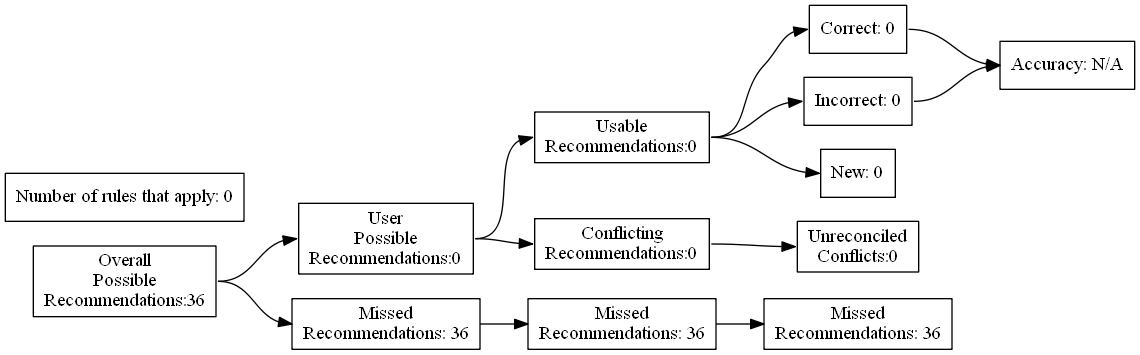
The Graphviz diagram test_renders/64.gv.png in ZaxR/ibd_diet_analysis, before a commit. Its source is kept beside it as test_renders/64.gv.
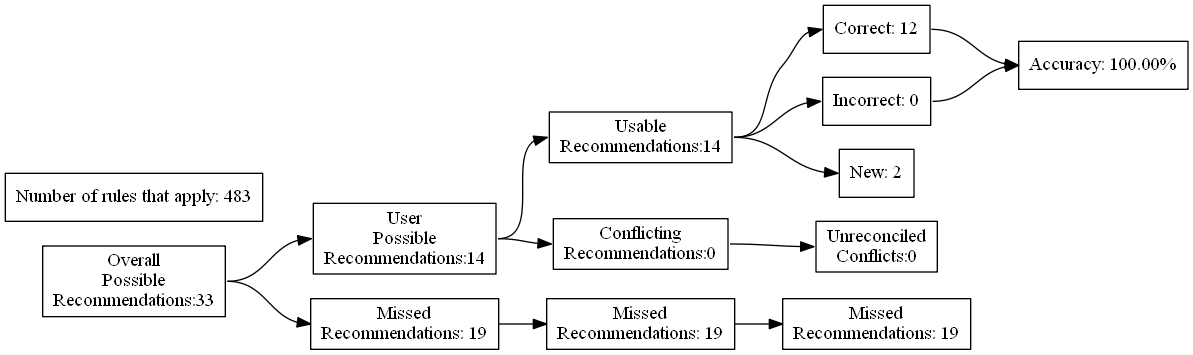
After the commit.

The edit, as a diff of the source:
```diff
@@ -4,27 +4,27 @@
 	edge [headport=w tailport=e]
 		A [label="Overall
 Possible
-Recommendations:36"]
+Recommendations:33"]
 		B [label="User
 Possible
-Recommendations:0"]
+Recommendations:14"]
 		C [label="Missed
-Recommendations: 36"]
+Recommendations: 19"]
 		D [label="Usable
-Recommendations:0"]
+Recommendations:14"]
 		E [label="Conflicting
 Recommendations:0"]
 		J [label="Missed
-Recommendations: 36"]
+Recommendations: 19"]
 		M [label="Unreconciled
 Conflicts:0"]
-		F [label="Correct: 0"]
+		F [label="Correct: 12"]
 		G [label="Incorrect: 0"]
-		H [label="New: 0"]
+		H [label="New: 2"]
 		K [label="Missed
-Recommendations: 36"]
-		I [label="Accuracy: N/A"]
-		l [label="Number of rules that apply: 0"]
+Recommendations: 19"]
+		I [label="Accuracy: 100.00%"]
+		l [label="Number of rules that apply: 483"]
 			A -> B
 			A -> C
 			B -> D
```
